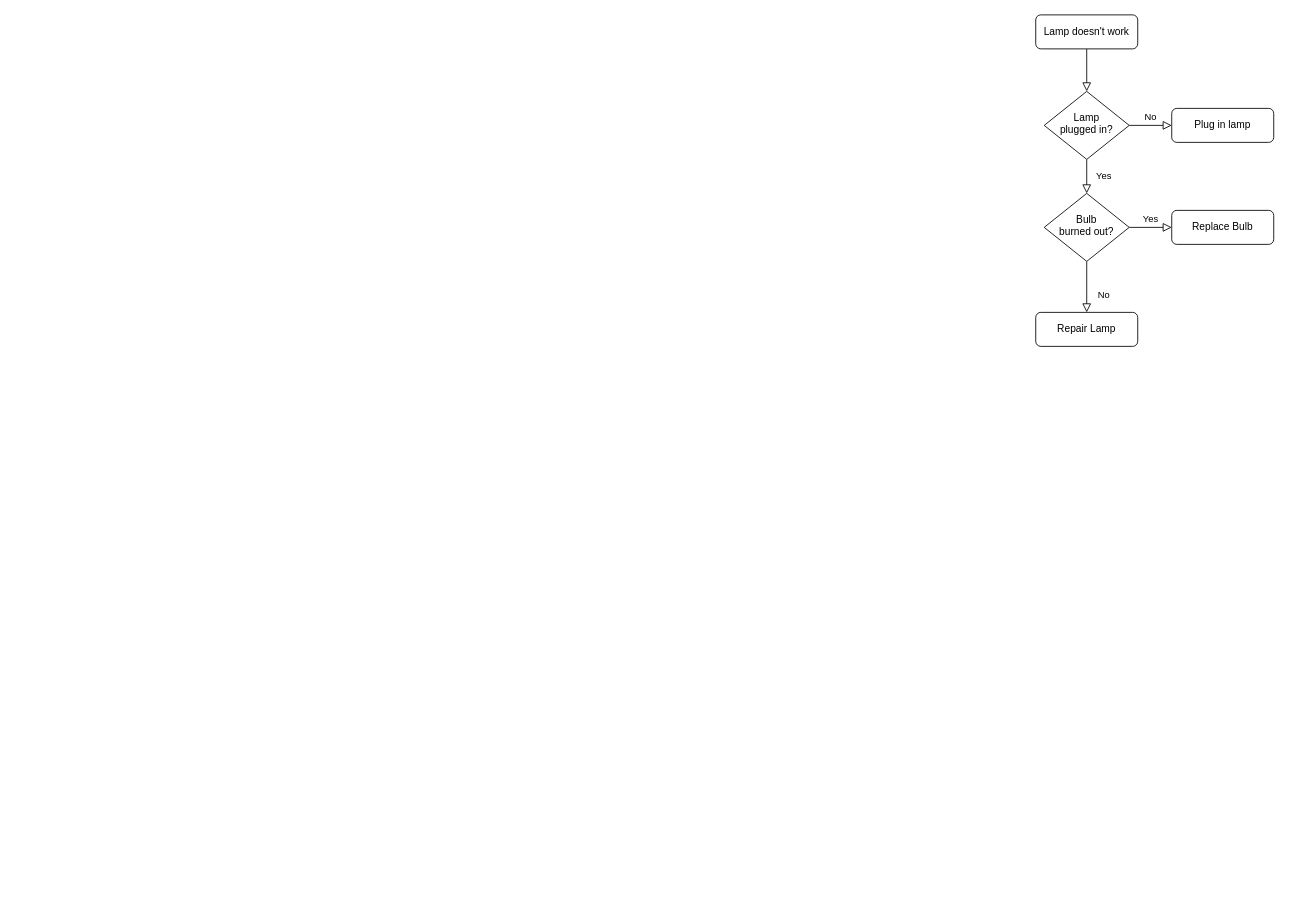
Hero-Chan/Projet_Ticketing keeps this draw.io diagram as Diagrammes/Nassi Schneidermanne MPTickets.drawio. Above is the earlier version. Source tidied: cells renumbered, new cells numbered last; positions are measured from the earlier drawing's top-left corner, leaving out a move shared by most shapes. Both pictures are drawn from the tidied source at 85%, with x=0, y=0 at pixel (1035, 14). Pictures stored in the file or linked from it are replaced by grey dashed boxes.
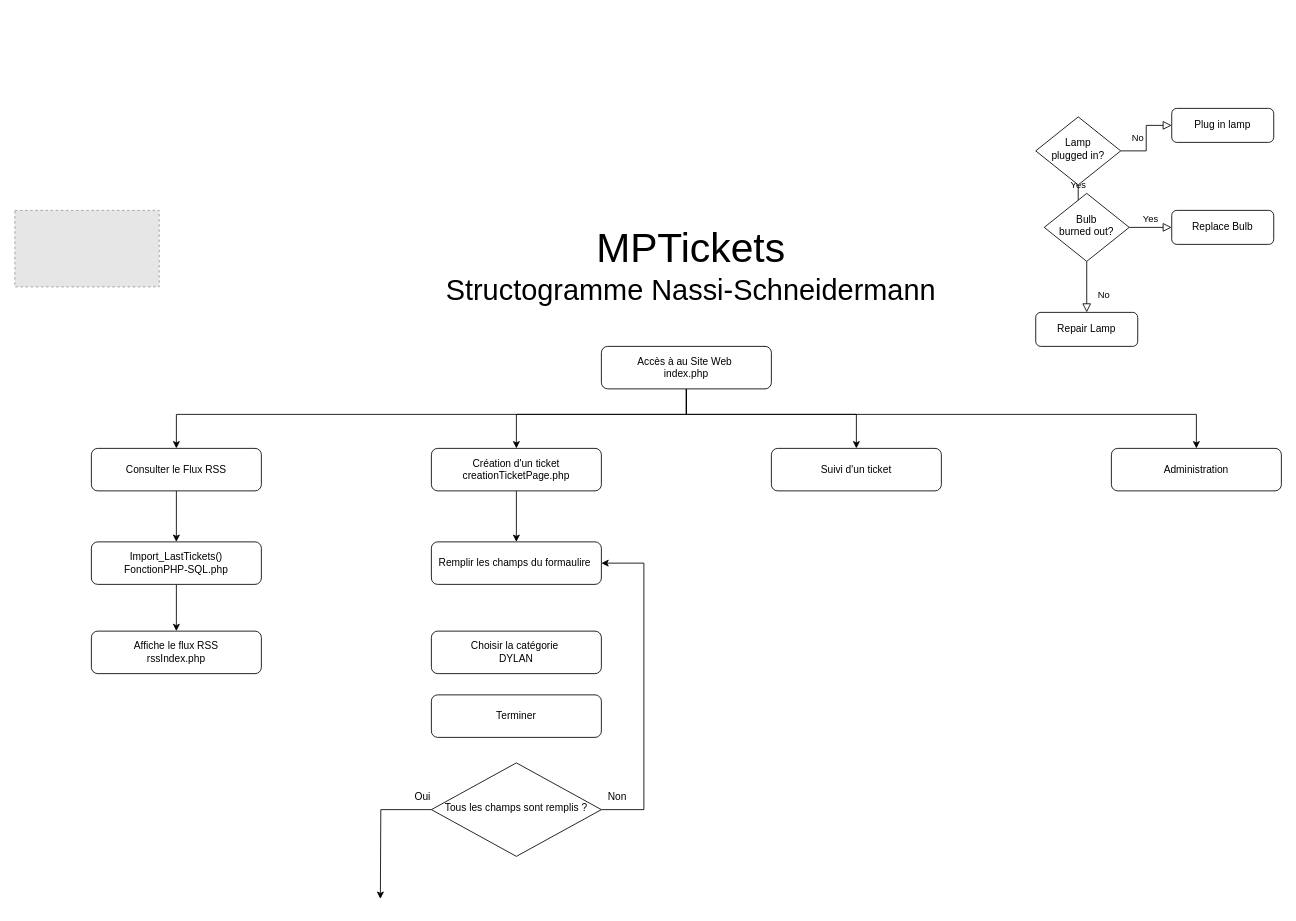
The same diagram, later.

Diff of the diagram source:
```diff
@@
-    <mxCell id="2" style="rounded=0;html=1;jettySize=auto;fontSize=11;endArrow=block;endFill=0;endSize=8;strokeWidth=1;shadow=0;labelBackgroundColor=none;edgeStyle=orthogonalEdgeStyle;" parent="1" edge="1" source="3" target="6">
-      <mxGeometry relative="1" as="geometry" />
-    </mxCell>
+    <mxCell id="13" style="edgeStyle=orthogonalEdgeStyle;rounded=0;jettySize=auto;html=1;" parent="1" edge="1" source="3" target="24">
+      <mxGeometry relative="1" as="geometry">
+        <Array as="points">
+          <mxPoint x="-411" y="470" />
+          <mxPoint x="189" y="470" />
+        </Array>
+      </mxGeometry>
+    </mxCell>
+    <mxCell id="14" style="edgeStyle=orthogonalEdgeStyle;rounded=0;jettySize=auto;html=1;" parent="1" edge="1" source="3" target="20">
+      <mxGeometry relative="1" as="geometry">
+        <Array as="points">
+          <mxPoint x="-411" y="470" />
+          <mxPoint x="-1011" y="470" />
+        </Array>
+      </mxGeometry>
+    </mxCell>
+    <mxCell id="15" style="edgeStyle=orthogonalEdgeStyle;rounded=0;jettySize=auto;html=1;entryX=0.5;entryY=0;entryDx=0;entryDy=0;" parent="1" edge="1" source="3" target="22">
+      <mxGeometry relative="1" as="geometry">
+        <Array as="points">
+          <mxPoint x="-411" y="470" />
+          <mxPoint x="-611" y="470" />
+        </Array>
+      </mxGeometry>
+    </mxCell>
+    <mxCell id="16" style="edgeStyle=orthogonalEdgeStyle;rounded=0;jettySize=auto;html=1;entryX=0.5;entryY=0;entryDx=0;entryDy=0;" parent="1" edge="1" source="3" target="23">
+      <mxGeometry relative="1" as="geometry">
+        <Array as="points">
+          <mxPoint x="-411" y="470" />
+          <mxPoint x="-211" y="470" />
+        </Array>
+      </mxGeometry>
+    </mxCell>
-    <mxCell id="3" value="Lamp doesn't work" style="rounded=1;whiteSpace=wrap;html=1;fontSize=12;glass=0;strokeWidth=1;shadow=0;" parent="1" vertex="1">
-      <mxGeometry width="120" height="40" as="geometry" />
+    <mxCell id="3" value="Accès à au Site Web&amp;nbsp;&lt;br&gt;index.php" style="rounded=1;whiteSpace=wrap;html=1;fontSize=12;glass=0;strokeWidth=1;shadow=0;" parent="1" vertex="1">
+      <mxGeometry x="-511" y="390" width="200" height="50" as="geometry" />
     </mxCell>
@@
     <mxCell id="6" value="Lamp&lt;br&gt;plugged in?" style="rhombus;whiteSpace=wrap;html=1;shadow=0;fontFamily=Helvetica;fontSize=12;align=center;strokeWidth=1;spacing=6;spacingTop=-4;" parent="1" vertex="1">
-      <mxGeometry x="10" y="90" width="100" height="80" as="geometry" />
+      <mxGeometry y="120" width="100" height="80" as="geometry" />
     </mxCell>
@@
+    <mxCell id="17" value="&lt;font&gt;&lt;font style=&quot;font-size: 48px&quot;&gt;MPTickets&lt;/font&gt;&lt;br&gt;&lt;font style=&quot;font-size: 34px&quot;&gt;Structogramme Nassi-Schneidermann&lt;/font&gt;&lt;/font&gt;" style="text;html=1;align=center;verticalAlign=middle;" parent="1" vertex="1">
+      <mxGeometry x="-701" y="270" width="590" height="50" as="geometry" />
+    </mxCell>
+    <mxCell id="18" style="fillColor=#E6E6E6;strokeColor=#999999;dashed=1;verticalLabelPosition=bottom;labelBackgroundColor=#ffffff;verticalAlign=top;" parent="1" vertex="1">
+      <mxGeometry x="-1201" y="230" width="169.8" height="90" as="geometry" />
+    </mxCell>
+    <mxCell id="19" style="edgeStyle=orthogonalEdgeStyle;rounded=0;jettySize=auto;html=1;" parent="1" edge="1" source="20" target="26">
+      <mxGeometry relative="1" as="geometry" />
+    </mxCell>
+    <mxCell id="20" value="Consulter le Flux RSS" style="rounded=1;whiteSpace=wrap;html=1;fontSize=12;glass=0;strokeWidth=1;shadow=0;" parent="1" vertex="1">
+      <mxGeometry x="-1111" y="510" width="200" height="50" as="geometry" />
+    </mxCell>
+    <mxCell id="21" style="edgeStyle=orthogonalEdgeStyle;rounded=0;jettySize=auto;html=1;" parent="1" edge="1" source="22" target="28">
+      <mxGeometry relative="1" as="geometry" />
+    </mxCell>
+    <mxCell id="22" value="Création d'un ticket&lt;br&gt;creationTicketPage.php" style="rounded=1;whiteSpace=wrap;html=1;fontSize=12;glass=0;strokeWidth=1;shadow=0;" parent="1" vertex="1">
+      <mxGeometry x="-711" y="510" width="200" height="50" as="geometry" />
+    </mxCell>
+    <mxCell id="23" value="Suivi d'un ticket" style="rounded=1;whiteSpace=wrap;html=1;fontSize=12;glass=0;strokeWidth=1;shadow=0;" parent="1" vertex="1">
+      <mxGeometry x="-311" y="510" width="200" height="50" as="geometry" />
+    </mxCell>
+    <mxCell id="24" value="Administration" style="rounded=1;whiteSpace=wrap;html=1;fontSize=12;glass=0;strokeWidth=1;shadow=0;" parent="1" vertex="1">
+      <mxGeometry x="89" y="510" width="200" height="50" as="geometry" />
+    </mxCell>
+    <mxCell id="25" style="edgeStyle=orthogonalEdgeStyle;rounded=0;jettySize=auto;html=1;" parent="1" edge="1" source="26" target="27">
+      <mxGeometry relative="1" as="geometry" />
+    </mxCell>
+    <mxCell id="26" value="Import_LastTickets()&lt;br&gt;FonctionPHP-SQL.php" style="rounded=1;whiteSpace=wrap;html=1;fontSize=12;glass=0;strokeWidth=1;shadow=0;" parent="1" vertex="1">
+      <mxGeometry x="-1111" y="620" width="200" height="50" as="geometry" />
+    </mxCell>
+    <mxCell id="27" value="Affiche le flux RSS&lt;br&gt;rssIndex.php" style="rounded=1;whiteSpace=wrap;html=1;fontSize=12;glass=0;strokeWidth=1;shadow=0;" parent="1" vertex="1">
+      <mxGeometry x="-1111" y="725" width="200" height="50" as="geometry" />
+    </mxCell>
+    <mxCell id="28" value="Remplir les champs du formaulire&amp;nbsp;" style="rounded=1;whiteSpace=wrap;html=1;fontSize=12;glass=0;strokeWidth=1;shadow=0;" parent="1" vertex="1">
+      <mxGeometry x="-711" y="620" width="200" height="50" as="geometry" />
+    </mxCell>
+    <mxCell id="29" value="Choisir la catégorie&amp;nbsp;&lt;br&gt;DYLAN" style="rounded=1;whiteSpace=wrap;html=1;fontSize=12;glass=0;strokeWidth=1;shadow=0;" parent="1" vertex="1">
+      <mxGeometry x="-711" y="725" width="200" height="50" as="geometry" />
+    </mxCell>
+    <mxCell id="30" value="Terminer" style="rounded=1;whiteSpace=wrap;html=1;fontSize=12;glass=0;strokeWidth=1;shadow=0;" parent="1" vertex="1">
+      <mxGeometry x="-711" y="800" width="200" height="50" as="geometry" />
+    </mxCell>
+    <mxCell id="31" style="edgeStyle=orthogonalEdgeStyle;rounded=0;jettySize=auto;html=1;" parent="1" edge="1" source="33">
+      <mxGeometry relative="1" as="geometry">
+        <mxPoint x="-771" y="1040" as="targetPoint" />
+      </mxGeometry>
+    </mxCell>
+    <mxCell id="32" style="edgeStyle=orthogonalEdgeStyle;rounded=0;jettySize=auto;html=1;entryX=1;entryY=0.5;entryDx=0;entryDy=0;" parent="1" edge="1" source="33" target="28">
+      <mxGeometry relative="1" as="geometry">
+        <Array as="points">
+          <mxPoint x="-461" y="935" />
+          <mxPoint x="-461" y="645" />
+        </Array>
+      </mxGeometry>
+    </mxCell>
+    <mxCell id="33" value="Tous les champs sont remplis ?" style="rhombus;whiteSpace=wrap;html=1;shadow=0;fontFamily=Helvetica;fontSize=12;align=center;strokeWidth=1;spacing=6;spacingTop=-4;" parent="1" vertex="1">
+      <mxGeometry x="-711" y="880" width="200" height="110" as="geometry" />
+    </mxCell>
+    <mxCell id="34" value="Non" style="text;html=1;strokeColor=none;fillColor=none;align=center;verticalAlign=middle;whiteSpace=wrap;rounded=0;" parent="1" vertex="1">
+      <mxGeometry x="-512" y="910" width="40" height="20" as="geometry" />
+    </mxCell>
+    <mxCell id="35" value="Oui" style="text;html=1;strokeColor=none;fillColor=none;align=center;verticalAlign=middle;whiteSpace=wrap;rounded=0;" parent="1" vertex="1">
+      <mxGeometry x="-741" y="910" width="40" height="20" as="geometry" />
+    </mxCell>
```
